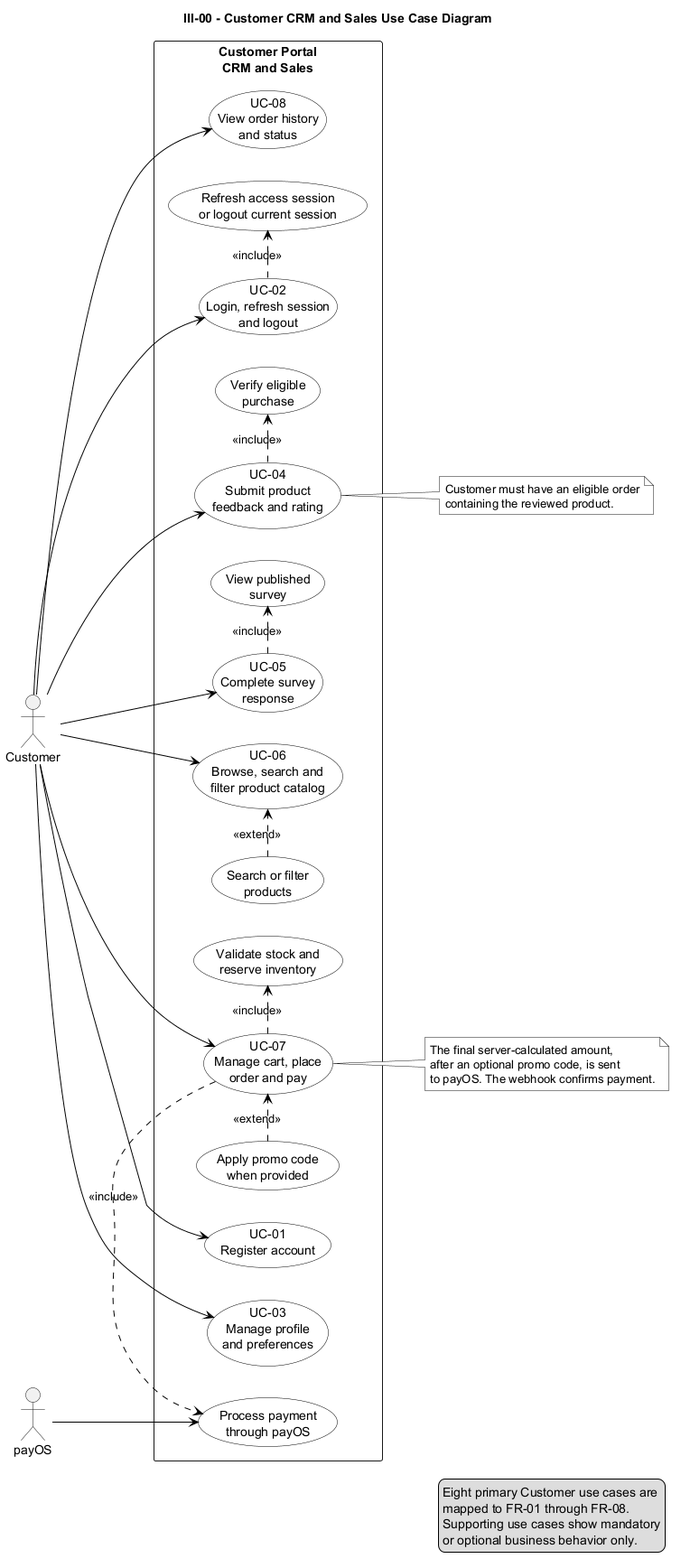
Earlier version of the PlantUML export docs/diagrams/customer/III-00-customer-use-case.png (duygri/do-an-htttdn-crm). The source it was exported from:
```plantuml
@startuml
title III-00 - Customer CRM and Sales Use Case Diagram

left to right direction
skinparam monochrome true
skinparam packageStyle rectangle
skinparam shadowing false
skinparam usecase {
    BackgroundColor White
    BorderColor Black
    ArrowColor Black
}

actor Customer
actor "payOS" as PayOS

rectangle "Customer Portal\nCRM and Sales" {
    usecase "UC-01\nRegister account" as UC01
    usecase "UC-02\nLogin, refresh session\nand logout" as UC02
    usecase "UC-03\nManage profile\nand preferences" as UC03
    usecase "UC-04\nSubmit product\nfeedback and rating" as UC04
    usecase "UC-05\nComplete survey\nresponse" as UC05
    usecase "UC-06\nBrowse, search and\nfilter product catalog" as UC06
    usecase "UC-07\nManage cart, place\norder and pay" as UC07
    usecase "UC-08\nView order history\nand status" as UC08

    usecase "Refresh access session\nor logout current session" as Session
    usecase "Verify eligible\npurchase" as Purchase
    usecase "View published\nsurvey" as PublishedSurvey
    usecase "Search or filter\nproducts" as SearchFilter
    usecase "Validate stock and\nreserve inventory" as ReserveStock
    usecase "Process payment\nthrough payOS" as Payment
    usecase "Apply promo code\nwhen provided" as Promo
}

Customer --> UC01
Customer --> UC02
Customer --> UC03
Customer --> UC04
Customer --> UC05
Customer --> UC06
Customer --> UC07
Customer --> UC08

UC02 .> Session : <<include>>
UC04 .> Purchase : <<include>>
UC05 .> PublishedSurvey : <<include>>
SearchFilter .> UC06 : <<extend>>
UC07 .> ReserveStock : <<include>>
UC07 .> Payment : <<include>>
Promo .> UC07 : <<extend>>

PayOS --> Payment

note right of UC04
  Customer must have an eligible order
  containing the reviewed product.
end note

note right of UC07
  The final server-calculated amount,
  after an optional promo code, is sent
  to payOS. The webhook confirms payment.
end note

legend right
  Eight primary Customer use cases are
  mapped to FR-01 through FR-08.
  Supporting use cases show mandatory
  or optional business behavior only.
endlegend

@enduml
```
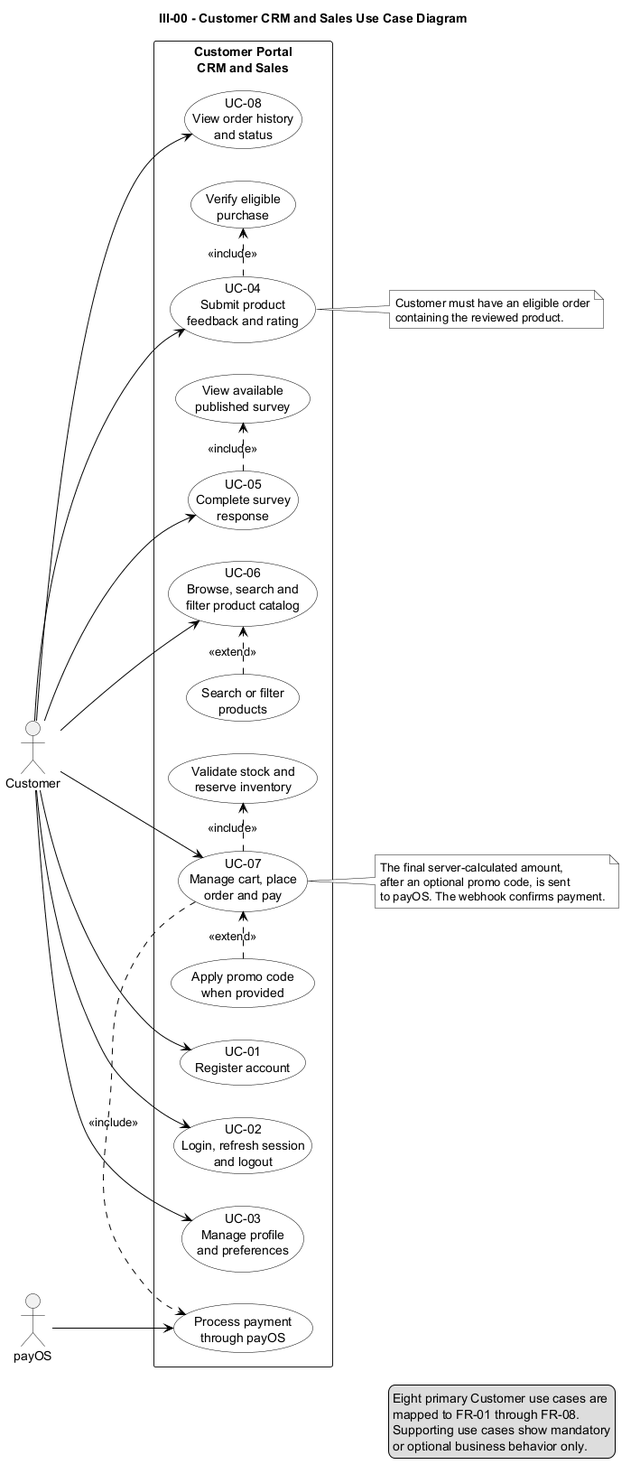
Above is the later version.

Commit message:
fix: align customer use case artifacts

Change to the diagram source:
```diff
@@ -24,9 +24,8 @@
     usecase "UC-07\nManage cart, place\norder and pay" as UC07
     usecase "UC-08\nView order history\nand status" as UC08
 
-    usecase "Refresh access session\nor logout current session" as Session
     usecase "Verify eligible\npurchase" as Purchase
-    usecase "View published\nsurvey" as PublishedSurvey
+    usecase "View available\npublished survey" as PublishedSurvey
     usecase "Search or filter\nproducts" as SearchFilter
     usecase "Validate stock and\nreserve inventory" as ReserveStock
     usecase "Process payment\nthrough payOS" as Payment
@@ -42,7 +41,6 @@
 Customer --> UC07
 Customer --> UC08
 
-UC02 .> Session : <<include>>
 UC04 .> Purchase : <<include>>
 UC05 .> PublishedSurvey : <<include>>
 SearchFilter .> UC06 : <<extend>>
```
